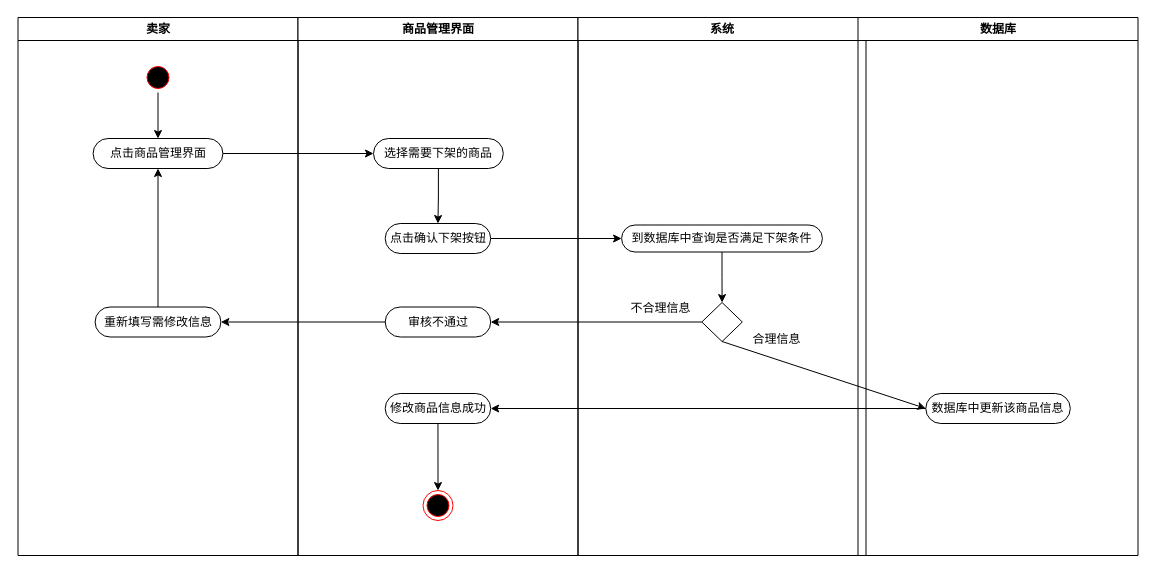
Before: 商品下架活动图.drawio in 200928/image, a draw.io diagram. Source tidied: cells renumbered, new cells numbered last; positions are measured from the earlier drawing's top-left corner, leaving out a move shared by most shapes. Both pictures are drawn from the tidied source at 100%, with x=0, y=0 at pixel (17, 17).
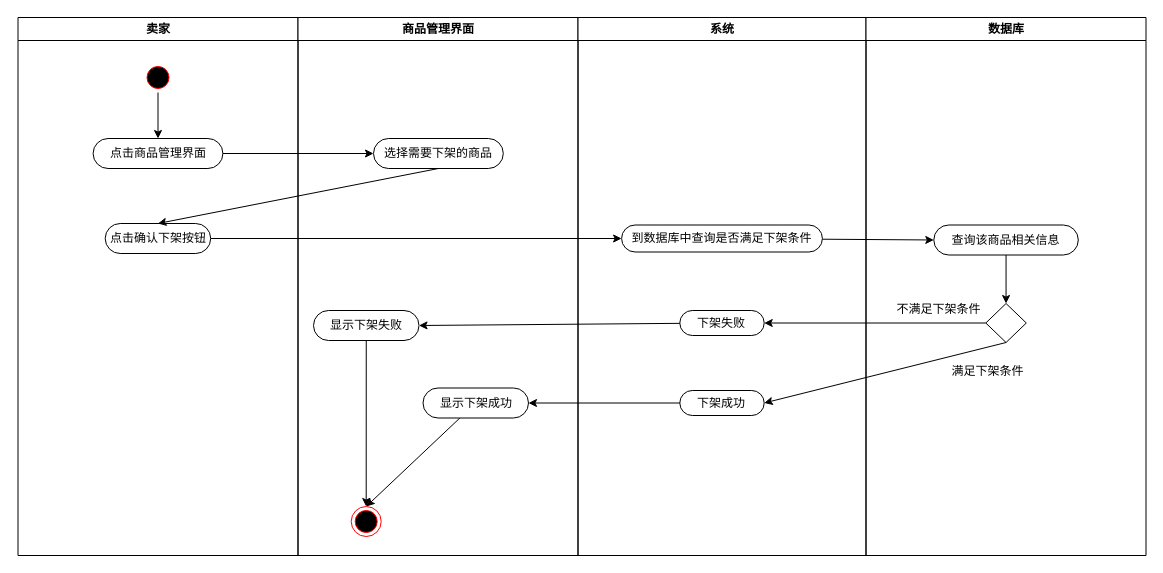
Above is the later version.

Commit message (it also covers changes not shown here):
更新商品下架活动图.drawio

Unchanged cells that the change refers to:
```xml
<mxCell id="2" value="卖家" style="swimlane;whiteSpace=wrap;" parent="1" vertex="1">
  <mxGeometry x="0.5" width="280" height="538" as="geometry" />
</mxCell>
<mxCell id="5" value="点击商品管理界面" style="rounded=1;whiteSpace=wrap;html=1;arcSize=50;" parent="2" vertex="1">
  <mxGeometry x="75.1" y="121" width="129.8" height="30" as="geometry" />
</mxCell>
<mxCell id="8" value="商品管理界面" style="swimlane;whiteSpace=wrap;" parent="1" vertex="1">
  <mxGeometry x="280.5" width="280" height="538" as="geometry" />
</mxCell>
<mxCell id="10" value="选择需要下架的商品" style="rounded=1;whiteSpace=wrap;html=1;arcSize=50;" parent="8" vertex="1">
  <mxGeometry x="75.5" y="121" width="129.8" height="30" as="geometry" />
</mxCell>
<mxCell id="16" value="系统" style="swimlane;whiteSpace=wrap;startSize=23;" parent="1" vertex="1">
  <mxGeometry x="560.5" width="288" height="538" as="geometry" />
</mxCell>
<mxCell id="18" value="到数据库中查询是否满足下架条件" style="rounded=1;whiteSpace=wrap;html=1;arcSize=50;" parent="16" vertex="1">
  <mxGeometry x="43.6" y="207.5" width="200.8" height="27" as="geometry" />
</mxCell>
```

Change to the diagram source:
```diff
@@
-    <mxCell id="6" style="edgeStyle=orthogonalEdgeStyle;rounded=0;jettySize=auto;html=1;entryX=0.5;entryY=1;entryDx=0;entryDy=0;" parent="2" edge="1" source="7" target="5">
-      <mxGeometry relative="1" as="geometry" />
-    </mxCell>
-    <mxCell id="7" value="重新填写需修改信息" style="rounded=1;whiteSpace=wrap;html=1;arcSize=50;" parent="2" vertex="1">
-      <mxGeometry x="77.1" y="289.5" width="125.8" height="30" as="geometry" />
-    </mxCell>
+    <mxCell id="11" value="点击确认下架按钮" style="rounded=1;whiteSpace=wrap;html=1;arcSize=50;" parent="2" vertex="1">
+      <mxGeometry x="87.2" y="206" width="105.5" height="30" as="geometry" />
+    </mxCell>
@@
-    <mxCell id="9" style="edgeStyle=orthogonalEdgeStyle;rounded=0;jettySize=auto;html=1;entryX=0.5;entryY=0;entryDx=0;entryDy=0;" parent="8" edge="1" source="10" target="11">
-      <mxGeometry relative="1" as="geometry" />
-    </mxCell>
@@
-    <mxCell id="11" value="点击确认下架按钮" style="rounded=1;whiteSpace=wrap;html=1;arcSize=50;" parent="8" vertex="1">
-      <mxGeometry x="87.2" y="206" width="105.5" height="30" as="geometry" />
-    </mxCell>
+    <mxCell id="30" style="edgeStyle=none;rounded=0;jettySize=auto;html=1;entryX=0.5;entryY=0;entryDx=0;entryDy=0;" parent="8" edge="1" source="12" target="13">
+      <mxGeometry relative="1" as="geometry" />
+    </mxCell>
-    <mxCell id="12" value="审核不通过" style="rounded=1;whiteSpace=wrap;html=1;arcSize=50;" parent="8" vertex="1">
-      <mxGeometry x="87.2" y="289.5" width="105.5" height="30" as="geometry" />
+    <mxCell id="12" value="显示下架失败" style="rounded=1;whiteSpace=wrap;html=1;arcSize=50;" parent="8" vertex="1">
+      <mxGeometry x="15.5" y="293" width="105.5" height="30" as="geometry" />
     </mxCell>
     <mxCell id="13" style="ellipse;html=1;shape=endState;fillColor=#000000;strokeColor=#ff0000;" parent="8" vertex="1">
-      <mxGeometry x="125" y="473" width="30" height="30" as="geometry" />
+      <mxGeometry x="53.2" y="489" width="30" height="30" as="geometry" />
     </mxCell>
@@
-    <mxCell id="15" value="修改商品信息成功" style="rounded=1;whiteSpace=wrap;html=1;arcSize=50;" parent="8" vertex="1">
-      <mxGeometry x="87.2" y="376" width="105.5" height="30" as="geometry" />
+    <mxCell id="15" value="显示下架成功" style="rounded=1;whiteSpace=wrap;html=1;arcSize=50;" parent="8" vertex="1">
+      <mxGeometry x="125" y="370.5" width="105.5" height="30" as="geometry" />
     </mxCell>
@@
-    <mxCell id="17" style="edgeStyle=orthogonalEdgeStyle;rounded=0;jettySize=auto;html=1;" parent="16" edge="1" source="18" target="19">
-      <mxGeometry relative="1" as="geometry" />
-    </mxCell>
@@
+    <mxCell id="31" value="下架失败" style="rounded=1;whiteSpace=wrap;html=1;arcSize=50;" parent="16" vertex="1">
+      <mxGeometry x="101.8" y="293" width="84.4" height="25" as="geometry" />
+    </mxCell>
+    <mxCell id="32" value="下架成功" style="rounded=1;whiteSpace=wrap;html=1;arcSize=50;" parent="16" vertex="1">
+      <mxGeometry x="101.8" y="373" width="84.4" height="25" as="geometry" />
+    </mxCell>
+    <mxCell id="22" value="数据库" style="swimlane;whiteSpace=wrap;" parent="1" vertex="1">
+      <mxGeometry x="848.5" width="280" height="538" as="geometry" />
+    </mxCell>
+    <mxCell id="33" style="edgeStyle=none;rounded=0;jettySize=auto;html=1;entryX=0.5;entryY=0;entryDx=0;entryDy=0;" parent="22" edge="1" source="23" target="19">
+      <mxGeometry relative="1" as="geometry" />
+    </mxCell>
+    <mxCell id="23" value="查询该商品相关信息" style="rounded=1;whiteSpace=wrap;html=1;arcSize=50;" parent="22" vertex="1">
+      <mxGeometry x="67.8" y="207.5" width="144.5" height="30" as="geometry" />
+    </mxCell>
-    <mxCell id="19" style="rhombus;whiteSpace=wrap;html=1;" parent="16" vertex="1">
-      <mxGeometry x="123.8" y="285" width="40.5" height="39" as="geometry" />
+    <mxCell id="19" style="rhombus;whiteSpace=wrap;html=1;" parent="22" vertex="1">
+      <mxGeometry x="119.8" y="286" width="40.5" height="39" as="geometry" />
     </mxCell>
-    <mxCell id="20" value="合理信息" style="text;html=1;align=center;verticalAlign=middle;strokeColor=none;fillColor=none;" parent="16" vertex="1">
-      <mxGeometry x="169.5" y="313" width="58" height="18" as="geometry" />
-    </mxCell>
-    <mxCell id="21" value="不合理信息" style="text;html=1;align=center;verticalAlign=middle;strokeColor=none;fillColor=none;" parent="16" vertex="1">
-      <mxGeometry x="47.5" y="282" width="70" height="18" as="geometry" />
-    </mxCell>
-    <mxCell id="22" value="数据库" style="swimlane;whiteSpace=wrap;" parent="1" vertex="1">
-      <mxGeometry x="840.5" width="280" height="538" as="geometry" />
-    </mxCell>
-    <mxCell id="23" value="数据库中更新该商品信息" style="rounded=1;whiteSpace=wrap;html=1;arcSize=50;" parent="22" vertex="1">
-      <mxGeometry x="67.8" y="376" width="144.5" height="30" as="geometry" />
-    </mxCell>
+    <mxCell id="34" value="不满足下架条件" style="text;html=1;align=center;verticalAlign=middle;strokeColor=none;fillColor=none;" parent="22" vertex="1">
+      <mxGeometry x="25.8" y="283" width="94" height="18" as="geometry" />
+    </mxCell>
+    <mxCell id="35" value="满足下架条件" style="text;html=1;align=center;verticalAlign=middle;strokeColor=none;fillColor=none;" parent="22" vertex="1">
+      <mxGeometry x="80.5" y="345" width="82" height="18" as="geometry" />
+    </mxCell>
@@
-    <mxCell id="26" style="edgeStyle=orthogonalEdgeStyle;rounded=0;jettySize=auto;html=1;entryX=1;entryY=0.5;entryDx=0;entryDy=0;" parent="1" edge="1" source="19" target="12">
-      <mxGeometry relative="1" as="geometry" />
-    </mxCell>
-    <mxCell id="27" style="rounded=0;jettySize=auto;html=1;entryX=0;entryY=0.5;entryDx=0;entryDy=0;exitX=0.5;exitY=1;exitDx=0;exitDy=0;" parent="1" edge="1" source="19" target="23">
-      <mxGeometry relative="1" as="geometry" />
-    </mxCell>
-    <mxCell id="28" style="edgeStyle=orthogonalEdgeStyle;rounded=0;jettySize=auto;html=1;entryX=1;entryY=0.5;entryDx=0;entryDy=0;" parent="1" edge="1" source="12" target="7">
-      <mxGeometry relative="1" as="geometry" />
-    </mxCell>
-    <mxCell id="29" style="edgeStyle=none;rounded=0;jettySize=auto;html=1;entryX=1;entryY=0.5;entryDx=0;entryDy=0;" parent="1" edge="1" source="23" target="15">
-      <mxGeometry relative="1" as="geometry" />
-    </mxCell>
+    <mxCell id="36" style="rounded=0;jettySize=auto;html=1;entryX=0;entryY=0.5;entryDx=0;entryDy=0;" parent="1" edge="1" source="18" target="23">
+      <mxGeometry relative="1" as="geometry" />
+    </mxCell>
+    <mxCell id="37" style="edgeStyle=none;rounded=0;jettySize=auto;html=1;entryX=1;entryY=0.5;entryDx=0;entryDy=0;" parent="1" edge="1" source="19" target="31">
+      <mxGeometry relative="1" as="geometry" />
+    </mxCell>
+    <mxCell id="38" style="edgeStyle=none;rounded=0;jettySize=auto;html=1;entryX=1;entryY=0.5;entryDx=0;entryDy=0;" parent="1" edge="1" source="31" target="12">
+      <mxGeometry relative="1" as="geometry" />
+    </mxCell>
+    <mxCell id="39" style="edgeStyle=none;rounded=0;jettySize=auto;html=1;entryX=1;entryY=0.5;entryDx=0;entryDy=0;exitX=0.5;exitY=1;exitDx=0;exitDy=0;" parent="1" edge="1" source="19" target="32">
+      <mxGeometry relative="1" as="geometry" />
+    </mxCell>
+    <mxCell id="40" style="edgeStyle=none;rounded=0;jettySize=auto;html=1;entryX=1;entryY=0.5;entryDx=0;entryDy=0;" parent="1" edge="1" source="32" target="15">
+      <mxGeometry relative="1" as="geometry" />
+    </mxCell>
+    <mxCell id="9" style="rounded=0;jettySize=auto;html=1;entryX=0.5;entryY=0;entryDx=0;entryDy=0;exitX=0.5;exitY=1;exitDx=0;exitDy=0;" parent="1" edge="1" source="10" target="11">
+      <mxGeometry relative="1" as="geometry" />
+    </mxCell>
```
